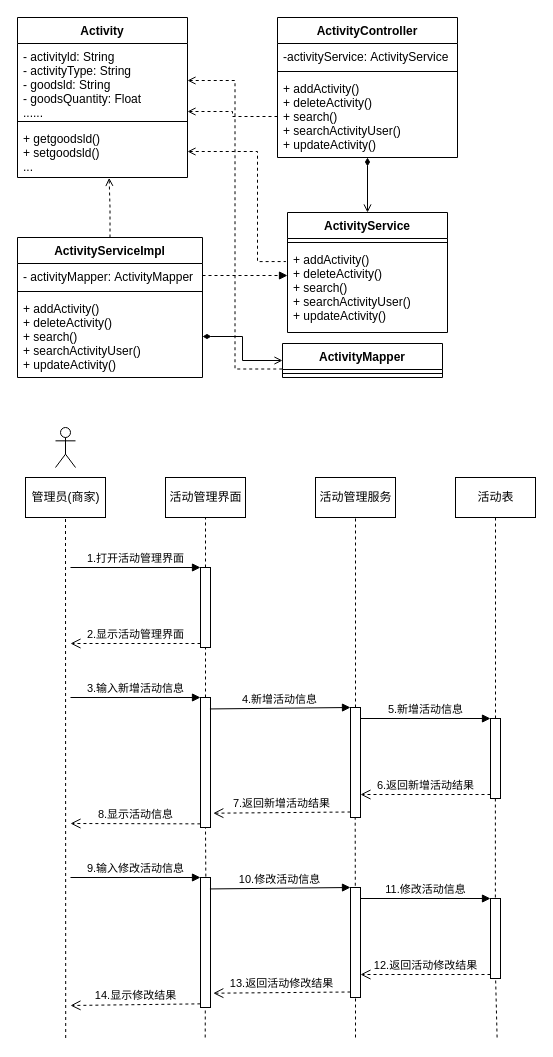
Earlier version of the draw.io diagram page "活动管理" (16 of 27) of Untitled Diagram.drawio (hongkingking/hkk). Source tidied: cells renumbered, new cells numbered last; positions are measured from the earlier drawing's top-left corner, leaving out a move shared by most shapes. Both pictures are drawn from the tidied source at 100%, with x=0, y=0 at pixel (17, 17).
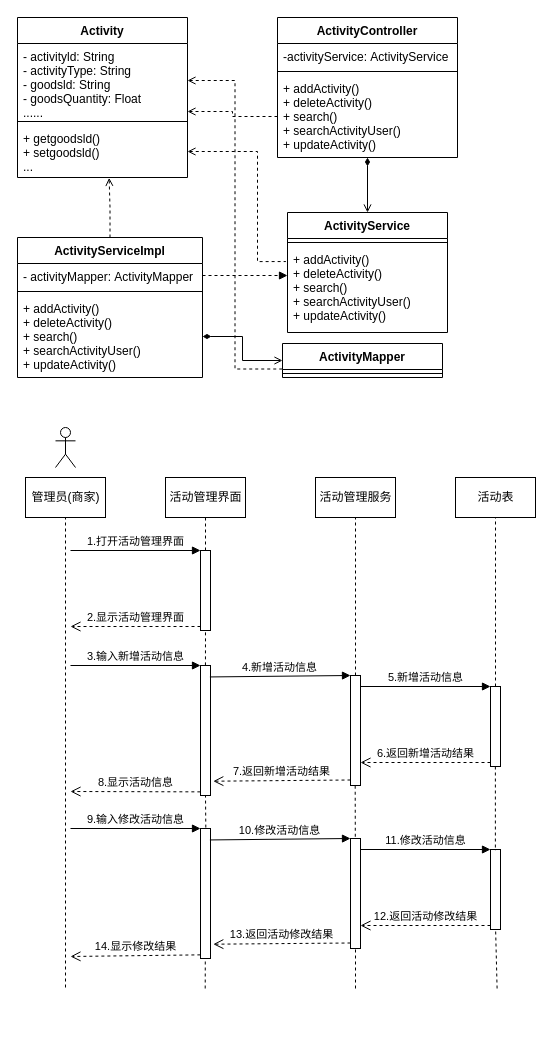
Above is the later version.

Unchanged cells that the change refers to:
```xml
<mxCell id="61" value="管理员(商家)" style="html=1;strokeWidth=1;" parent="1" vertex="1">
  <mxGeometry x="8" y="460" width="80" height="40" as="geometry" />
</mxCell>
```

The edit, as a diff of the source:
```diff
@@
     <mxCell id="31" style="html=1;points=[];perimeter=orthogonalPerimeter;strokeWidth=1;" parent="1" vertex="1">
-      <mxGeometry x="183" y="550" width="10" height="80" as="geometry" />
+      <mxGeometry x="183" y="533" width="10" height="80" as="geometry" />
     </mxCell>
     <mxCell id="32" value="1.打开活动管理界面" style="html=1;verticalAlign=bottom;endArrow=block;entryX=0;entryY=0;rounded=0;" parent="1" edge="1" target="31">
       <mxGeometry relative="1" as="geometry">
-        <mxPoint x="53" y="550" as="sourcePoint" />
+        <mxPoint x="53" y="533" as="sourcePoint" />
       </mxGeometry>
     </mxCell>
     <mxCell id="33" value="2.显示活动管理界面" style="html=1;verticalAlign=bottom;endArrow=open;dashed=1;endSize=8;exitX=0;exitY=0.95;rounded=0;" parent="1" edge="1" source="31">
       <mxGeometry relative="1" as="geometry">
-        <mxPoint x="53" y="626" as="targetPoint" />
+        <mxPoint x="53" y="609" as="targetPoint" />
       </mxGeometry>
     </mxCell>
     <mxCell id="34" style="html=1;points=[];perimeter=orthogonalPerimeter;strokeWidth=1;" parent="1" vertex="1">
-      <mxGeometry x="183" y="680" width="10" height="130" as="geometry" />
+      <mxGeometry x="183" y="648" width="10" height="130" as="geometry" />
     </mxCell>
     <mxCell id="35" value="3.输入新增活动信息" style="html=1;verticalAlign=bottom;endArrow=block;entryX=0;entryY=0;rounded=0;" parent="1" edge="1" target="34">
       <mxGeometry relative="1" as="geometry">
-        <mxPoint x="53" y="680" as="sourcePoint" />
+        <mxPoint x="53" y="648" as="sourcePoint" />
       </mxGeometry>
     </mxCell>
     <mxCell id="36" value="8.显示活动信息" style="html=1;verticalAlign=bottom;endArrow=open;dashed=1;endSize=8;exitX=-0.013;exitY=0.972;rounded=0;exitDx=0;exitDy=0;exitPerimeter=0;" parent="1" edge="1" source="34">
       <mxGeometry relative="1" as="geometry">
-        <mxPoint x="53" y="806" as="targetPoint" />
+        <mxPoint x="53" y="774" as="targetPoint" />
       </mxGeometry>
     </mxCell>
     <mxCell id="37" style="html=1;points=[];perimeter=orthogonalPerimeter;strokeWidth=1;" parent="1" vertex="1">
-      <mxGeometry x="333" y="690" width="10" height="110" as="geometry" />
+      <mxGeometry x="333" y="658" width="10" height="110" as="geometry" />
     </mxCell>
@@
     <mxCell id="40" style="html=1;points=[];perimeter=orthogonalPerimeter;strokeWidth=1;" parent="1" vertex="1">
-      <mxGeometry x="473" y="701" width="10" height="80" as="geometry" />
+      <mxGeometry x="473" y="669" width="10" height="80" as="geometry" />
     </mxCell>
     <mxCell id="41" value="5.新增活动信息" style="html=1;verticalAlign=bottom;endArrow=block;entryX=0;entryY=0;rounded=0;" parent="1" edge="1" target="40">
       <mxGeometry relative="1" as="geometry">
-        <mxPoint x="343" y="701" as="sourcePoint" />
+        <mxPoint x="343" y="669" as="sourcePoint" />
       </mxGeometry>
     </mxCell>
     <mxCell id="42" value="6.返回新增活动结果" style="html=1;verticalAlign=bottom;endArrow=open;dashed=1;endSize=8;exitX=0;exitY=0.95;rounded=0;" parent="1" edge="1" source="40">
       <mxGeometry relative="1" as="geometry">
-        <mxPoint x="343" y="777" as="targetPoint" />
+        <mxPoint x="343" y="745" as="targetPoint" />
       </mxGeometry>
     </mxCell>
     <mxCell id="43" style="html=1;points=[];perimeter=orthogonalPerimeter;strokeWidth=1;" parent="1" vertex="1">
-      <mxGeometry x="183" y="860" width="10" height="130" as="geometry" />
+      <mxGeometry x="183" y="811" width="10" height="130" as="geometry" />
     </mxCell>
     <mxCell id="44" value="9.输入修改活动信息" style="html=1;verticalAlign=bottom;endArrow=block;entryX=0;entryY=0;rounded=0;" parent="1" edge="1" target="43">
       <mxGeometry relative="1" as="geometry">
-        <mxPoint x="53" y="860" as="sourcePoint" />
+        <mxPoint x="53" y="811" as="sourcePoint" />
       </mxGeometry>
     </mxCell>
     <mxCell id="45" value="14.显示修改结果" style="html=1;verticalAlign=bottom;endArrow=open;dashed=1;endSize=8;exitX=-0.013;exitY=0.972;rounded=0;exitDx=0;exitDy=0;exitPerimeter=0;" parent="1" edge="1" source="43">
       <mxGeometry relative="1" as="geometry">
-        <mxPoint x="53" y="988" as="targetPoint" />
+        <mxPoint x="53" y="939" as="targetPoint" />
       </mxGeometry>
     </mxCell>
     <mxCell id="46" style="html=1;points=[];perimeter=orthogonalPerimeter;strokeWidth=1;" parent="1" vertex="1">
-      <mxGeometry x="333" y="870" width="10" height="110" as="geometry" />
+      <mxGeometry x="333" y="821" width="10" height="110" as="geometry" />
     </mxCell>
@@
     <mxCell id="49" style="html=1;points=[];perimeter=orthogonalPerimeter;strokeWidth=1;" parent="1" vertex="1">
-      <mxGeometry x="473" y="881" width="10" height="80" as="geometry" />
+      <mxGeometry x="473" y="832" width="10" height="80" as="geometry" />
     </mxCell>
     <mxCell id="50" value="11.修改活动信息" style="html=1;verticalAlign=bottom;endArrow=block;entryX=0;entryY=0;rounded=0;" parent="1" edge="1" target="49">
       <mxGeometry relative="1" as="geometry">
-        <mxPoint x="343" y="881" as="sourcePoint" />
+        <mxPoint x="343" y="832" as="sourcePoint" />
       </mxGeometry>
     </mxCell>
     <mxCell id="51" value="12.返回活动修改结果" style="html=1;verticalAlign=bottom;endArrow=open;dashed=1;endSize=8;exitX=0;exitY=0.95;rounded=0;" parent="1" edge="1" source="49">
       <mxGeometry relative="1" as="geometry">
-        <mxPoint x="343" y="957" as="targetPoint" />
+        <mxPoint x="343" y="908" as="targetPoint" />
       </mxGeometry>
     </mxCell>
@@
-    <mxCell id="55" style="endArrow=none;dashed=1;html=1;rounded=0;" parent="1" edge="1">
+    <mxCell id="55" style="endArrow=none;dashed=1;html=1;rounded=0;exitX=0.495;exitY=-0.001;exitDx=0;exitDy=0;exitPerimeter=0;" parent="1" edge="1" source="34">
       <mxGeometry relative="1" as="geometry">
-        <mxPoint x="188" y="680" as="sourcePoint" />
-        <mxPoint x="188" y="630" as="targetPoint" />
+        <mxPoint x="188" y="613" as="targetPoint" />
       </mxGeometry>
     </mxCell>
     <mxCell id="56" style="endArrow=none;dashed=1;html=1;rounded=0;exitX=0.532;exitY=-0.007;exitDx=0;exitDy=0;exitPerimeter=0;" parent="1" edge="1" source="43">
       <mxGeometry relative="1" as="geometry">
-        <mxPoint x="188" y="810" as="targetPoint" />
+        <mxPoint x="188" y="778" as="targetPoint" />
       </mxGeometry>
     </mxCell>
     <mxCell id="57" style="endArrow=none;dashed=1;html=1;rounded=0;exitX=0.205;exitY=0.5;exitDx=0;exitDy=0;exitPerimeter=0;" parent="1" edge="1">
       <mxGeometry relative="1" as="geometry">
-        <mxPoint x="187.7" y="1020" as="sourcePoint" />
-        <mxPoint x="187.8" y="990" as="targetPoint" />
+        <mxPoint x="187.7" y="971" as="sourcePoint" />
+        <mxPoint x="187.8" y="941" as="targetPoint" />
       </mxGeometry>
     </mxCell>
     <mxCell id="58" style="endArrow=none;dashed=1;html=1;rounded=0;entryX=0.5;entryY=1.001;entryDx=0;entryDy=0;entryPerimeter=0;exitX=0.411;exitY=0.503;exitDx=0;exitDy=0;exitPerimeter=0;" parent="1" edge="1" target="46">
       <mxGeometry relative="1" as="geometry">
-        <mxPoint x="338" y="1020" as="sourcePoint" />
+        <mxPoint x="338" y="971" as="sourcePoint" />
       </mxGeometry>
     </mxCell>
@@
     <mxCell id="60" style="endArrow=none;dashed=1;html=1;rounded=0;entryX=0.513;entryY=1.008;entryDx=0;entryDy=0;entryPerimeter=0;exitX=0.768;exitY=0.503;exitDx=0;exitDy=0;exitPerimeter=0;" parent="1" edge="1" target="49">
       <mxGeometry relative="1" as="geometry">
-        <mxPoint x="479.6" y="1020" as="sourcePoint" />
+        <mxPoint x="479.6" y="971" as="sourcePoint" />
       </mxGeometry>
     </mxCell>
@@
-    <mxCell id="62" style="endArrow=none;dashed=1;html=1;rounded=0;entryX=0.5;entryY=1;entryDx=0;entryDy=0;exitX=0.014;exitY=0.567;exitDx=0;exitDy=0;exitPerimeter=0;" parent="1" edge="1" target="61">
+    <mxCell id="62" style="endArrow=none;dashed=1;html=1;rounded=0;entryX=0.5;entryY=1;entryDx=0;entryDy=0;" parent="1" edge="1" target="61">
       <mxGeometry relative="1" as="geometry">
-        <mxPoint x="48.2" y="1020.5" as="sourcePoint" />
+        <mxPoint x="48" y="970" as="sourcePoint" />
       </mxGeometry>
     </mxCell>
```
